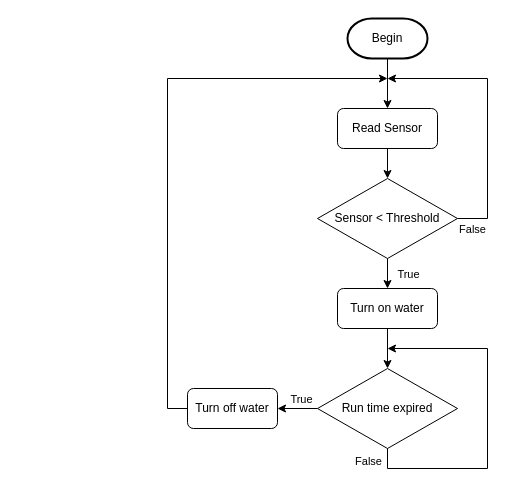
The draw.io diagram images/smart_irrigation2.drawio in jamesking020773/jamesking020773.github.io, before the edit. Source tidied: cells renumbered, new cells numbered last; positions are measured from the earlier drawing's top-left corner, leaving out a move shared by most shapes. Both pictures are drawn from the tidied source at 100%, with x=0, y=0 at pixel (167, 18).
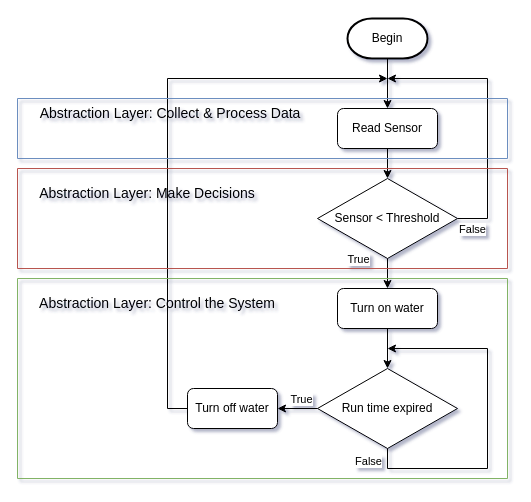
Above is the later version.

Unchanged cells that the change refers to:
```xml
<mxCell id="15" style="endArrow=classic;html=1;rounded=0;exitX=0.5;exitY=1;exitDx=0;exitDy=0;entryX=0.5;entryY=0;entryDx=0;entryDy=0;" parent="1" edge="1" source="3" target="11">
  <mxGeometry relative="1" as="geometry" />
</mxCell>
```

Change to the diagram source:
```diff
@@
-<mxGraphModel>
+<mxGraphModel background="#ffffff" shadow="1">
@@
     <mxCell id="16" value="True" style="edgeLabel;html=1;align=center;verticalAlign=middle;" parent="15" vertex="1">
       <mxGeometry relative="1" as="geometry">
-        <mxPoint x="20" as="offset" />
+        <mxPoint x="-30" y="-15" as="offset" />
       </mxGeometry>
     </mxCell>
@@
+    <mxCell id="20" style="swimlane;startSize=0;fillColor=#d5e8d4;strokeColor=#82b366;rounded=1;fillStyle=auto;" parent="1" vertex="1">
+      <mxGeometry x="-150" y="260" width="490" height="200" as="geometry" />
+    </mxCell>
+    <mxCell id="21" value="&lt;font style=&quot;font-size: 14px;&quot;&gt;&lt;font style=&quot;&quot;&gt;Abstraction&amp;nbsp;&lt;/font&gt;&lt;span style=&quot;background-color: initial;&quot;&gt;Layer: Control the System&lt;/span&gt;&lt;/font&gt;" style="text;html=1;align=center;verticalAlign=middle;whiteSpace=wrap;rounded=0;" parent="20" vertex="1">
+      <mxGeometry x="10" y="10" width="260" height="30" as="geometry" />
+    </mxCell>
+    <mxCell id="22" style="swimlane;startSize=0;fillColor=#f8cecc;strokeColor=#b85450;" parent="1" vertex="1">
+      <mxGeometry x="-150" y="150" width="490" height="100" as="geometry" />
+    </mxCell>
+    <mxCell id="23" value="&lt;font style=&quot;font-size: 14px;&quot;&gt;Abstraction Layer: Make Decisions&lt;/font&gt;" style="text;html=1;align=center;verticalAlign=middle;whiteSpace=wrap;rounded=0;" parent="22" vertex="1">
+      <mxGeometry x="10" y="10" width="240" height="30" as="geometry" />
+    </mxCell>
+    <mxCell id="24" style="swimlane;startSize=0;fillColor=#dae8fc;strokeColor=#6c8ebf;" parent="1" vertex="1">
+      <mxGeometry x="-150" y="80" width="490" height="60" as="geometry" />
+    </mxCell>
+    <mxCell id="25" value="&lt;font style=&quot;font-size: 14px;&quot;&gt;Abstraction Layer: Collect &amp;amp; Process Data&amp;nbsp;&lt;/font&gt;" style="text;html=1;align=center;verticalAlign=middle;whiteSpace=wrap;rounded=0;" parent="24" vertex="1">
+      <mxGeometry x="10" width="290" height="30" as="geometry" />
+    </mxCell>
```
